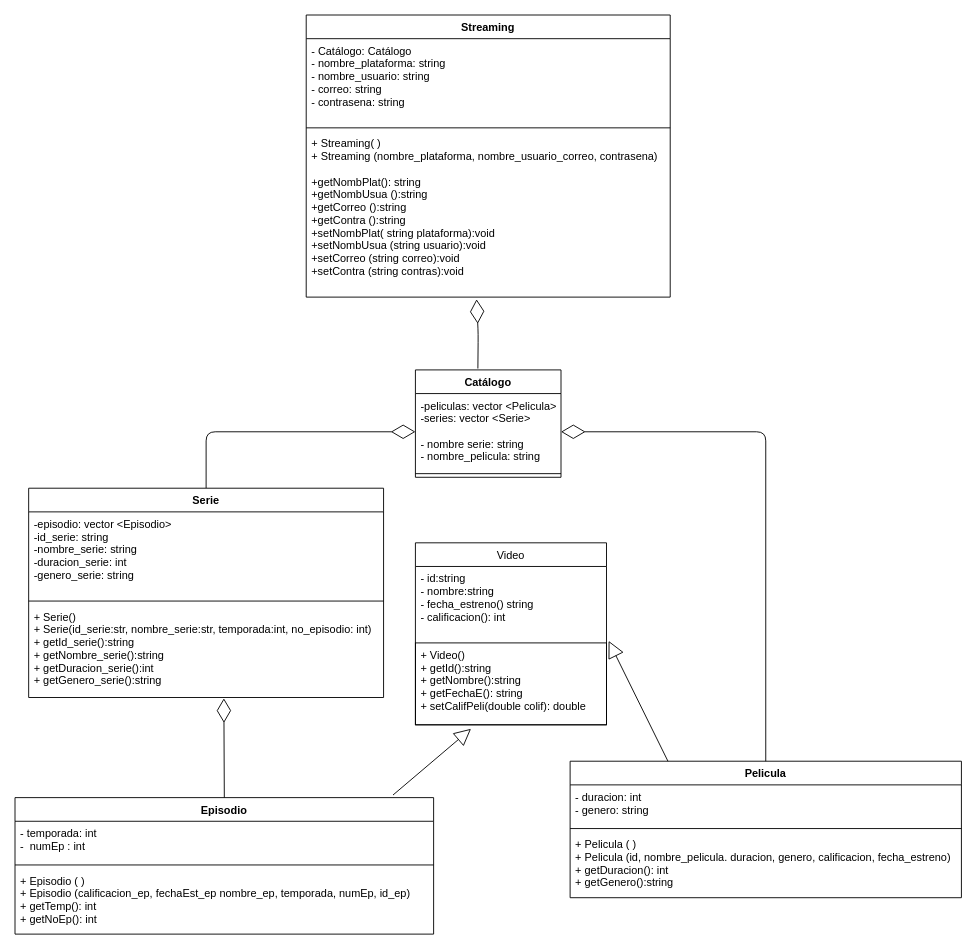
Earlier version of the draw.io diagram page "UML herencia" (2 of 2) of streaming.drawio (rosafigueroaA01748086/proyectointegrador-A01748800). Source tidied: cells renumbered, new cells numbered last; positions are measured from the earlier drawing's top-left corner, leaving out a move shared by most shapes. Both pictures are drawn from the tidied source at 91%, with x=0, y=0 at pixel (15, 15).
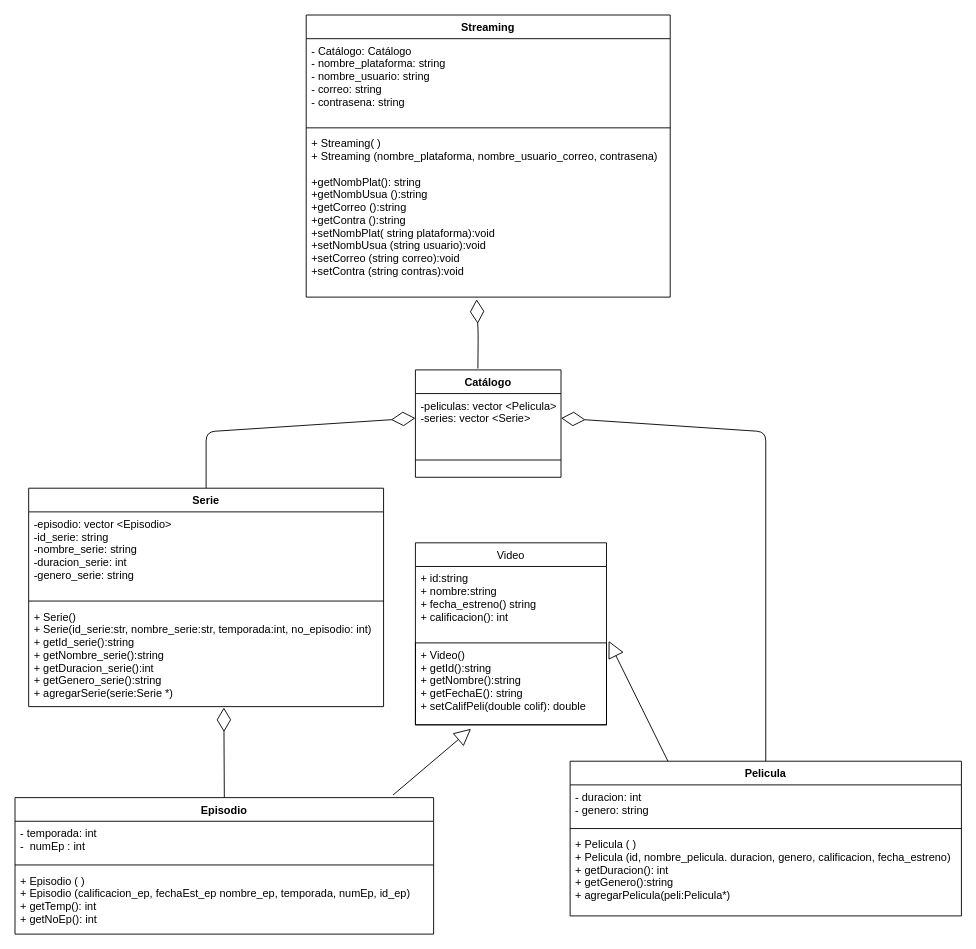
Above is the later version.

The change refers to these unchanged cells:
```xml
<mxCell id="6" value="Catálogo" style="swimlane;fontStyle=1;align=center;verticalAlign=top;horizontal=1;startSize=26;" parent="1" vertex="1">
  <mxGeometry x="440" y="390" width="160" height="118" as="geometry" />
</mxCell>
<mxCell id="20" value="Video" style="swimlane;fontStyle=0;horizontal=1;startSize=26;fillColor=none;strokeColor=default;" parent="1" vertex="1">
  <mxGeometry x="440" y="580" width="210" height="200" as="geometry" />
</mxCell>
```

The edit, as a diff of the source:
```diff
@@
-    <mxCell id="7" value="-peliculas: vector &lt;Pelicula&gt;&#10;-series: vector &lt;Serie&gt;&#10;&#10;- nombre serie: string&#10;- nombre_pelicula: string" style="text;strokeColor=none;fillColor=none;align=left;verticalAlign=top;spacingLeft=4;spacingRight=4;overflow=hidden;points=[[0,0.5],[1,0.5]];portConstraint=eastwest;" parent="6" vertex="1">
-      <mxGeometry y="26" width="160" height="84" as="geometry" />
+    <mxCell id="7" value="-peliculas: vector &lt;Pelicula&gt;&#10;-series: vector &lt;Serie&gt;" style="text;strokeColor=none;fillColor=none;align=left;verticalAlign=top;spacingLeft=4;spacingRight=4;overflow=hidden;points=[[0,0.5],[1,0.5]];portConstraint=eastwest;" parent="6" vertex="1">
+      <mxGeometry y="26" width="160" height="54" as="geometry" />
     </mxCell>
     <mxCell id="8" style="line;strokeWidth=1;fillColor=none;align=left;verticalAlign=middle;spacingTop=-1;spacingLeft=3;spacingRight=3;labelPosition=right;" parent="6" vertex="1">
-      <mxGeometry y="110" width="160" height="8" as="geometry" />
+      <mxGeometry y="80" width="160" height="38" as="geometry" />
     </mxCell>
@@
     <mxCell id="13" value="Pelicula" style="swimlane;fontStyle=1;align=center;verticalAlign=top;horizontal=1;startSize=26;" parent="1" vertex="1">
-      <mxGeometry x="610" y="820" width="430" height="150" as="geometry" />
+      <mxGeometry x="610" y="820" width="430" height="170" as="geometry" />
     </mxCell>
@@
-    <mxCell id="16" value="+ Pelicula ( )&#10;+ Pelicula (id, nombre_pelicula. duracion, genero, calificacion, fecha_estreno)&#10;+ getDuracion(): int&#10;+ getGenero():string" style="text;strokeColor=none;fillColor=none;align=left;verticalAlign=top;spacingLeft=4;spacingRight=4;overflow=hidden;" parent="13" vertex="1">
-      <mxGeometry y="78" width="430" height="72" as="geometry" />
+    <mxCell id="16" value="+ Pelicula ( )&#10;+ Pelicula (id, nombre_pelicula. duracion, genero, calificacion, fecha_estreno)&#10;+ getDuracion(): int&#10;+ getGenero():string&#10;+ agregarPelicula(peli:Pelicula*)" style="text;strokeColor=none;fillColor=none;align=left;verticalAlign=top;spacingLeft=4;spacingRight=4;overflow=hidden;" parent="13" vertex="1">
+      <mxGeometry y="78" width="430" height="92" as="geometry" />
     </mxCell>
@@
-    <mxCell id="21" value="- id:string&#10;- nombre:string&#10;- fecha_estreno() string&#10;- calificacion(): int" style="text;strokeColor=none;fillColor=none;align=left;verticalAlign=top;spacingLeft=4;spacingRight=4;overflow=hidden;" parent="20" vertex="1">
+    <mxCell id="21" value="+ id:string&#10;+ nombre:string&#10;+ fecha_estreno() string&#10;+ calificacion(): int" style="text;strokeColor=none;fillColor=none;align=left;verticalAlign=top;spacingLeft=4;spacingRight=4;overflow=hidden;" parent="20" vertex="1">
       <mxGeometry y="26" width="210" height="84" as="geometry" />
     </mxCell>
@@
     <mxCell id="24" value="Serie" style="swimlane;fontStyle=1;align=center;verticalAlign=top;horizontal=1;startSize=26;" parent="1" vertex="1">
-      <mxGeometry x="15" y="520" width="390" height="230" as="geometry" />
+      <mxGeometry x="15" y="520" width="390" height="240" as="geometry" />
     </mxCell>
@@
-    <mxCell id="27" value="+ Serie()&#10;+ Serie(id_serie:str, nombre_serie:str, temporada:int, no_episodio: int)&#10;+ getId_serie():string&#10;+ getNombre_serie():string&#10;+ getDuracion_serie():int&#10;+ getGenero_serie():string&#10;" style="text;strokeColor=none;fillColor=none;align=left;verticalAlign=top;spacingLeft=4;spacingRight=4;overflow=hidden;points=[[0,0.5],[1,0.5]];portConstraint=eastwest;" parent="24" vertex="1">
-      <mxGeometry y="128" width="390" height="102" as="geometry" />
+    <mxCell id="27" value="+ Serie()&#10;+ Serie(id_serie:str, nombre_serie:str, temporada:int, no_episodio: int)&#10;+ getId_serie():string&#10;+ getNombre_serie():string&#10;+ getDuracion_serie():int&#10;+ getGenero_serie():string&#10;+ agregarSerie(serie:Serie *)&#10;" style="text;strokeColor=none;fillColor=none;align=left;verticalAlign=top;spacingLeft=4;spacingRight=4;overflow=hidden;points=[[0,0.5],[1,0.5]];portConstraint=eastwest;" parent="24" vertex="1">
+      <mxGeometry y="128" width="390" height="112" as="geometry" />
     </mxCell>
```
